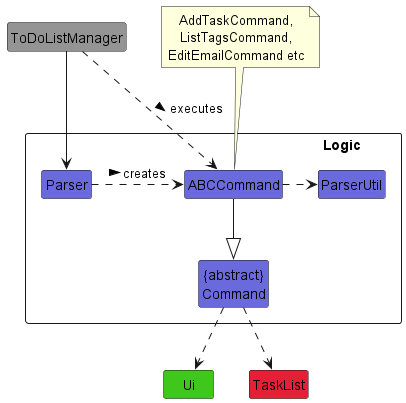
Earlier version of the PlantUML export docs/images/LogicClassDiagram.png (nus-cs2113-AY2223S2/tp). Its diagram source:
```plantuml
@startuml
!include Style.puml
hide members

package "\t\t\t\t\t\t\t\tLogic" <<Rectangle>>{
class Parser COLOR_LOGIC
class "{abstract}\nCommand" as Command COLOR_LOGIC
class ABCCommand COLOR_LOGIC
class ParserUtil COLOR_LOGIC
}
class ToDoListManager COLOR_MAIN
class Ui COLOR_UI
class TaskList COLOR_TASK_LIST

note top of ABCCommand: AddTaskCommand,\nListTagsCommand,\nEditEmailCommand etc

Parser .> ABCCommand : creates >
ABCCommand -d-|> Command
ABCCommand .> ParserUtil
Command .d.> TaskList
Command .d.> Ui
ToDoListManager -d-> Parser
ToDoListManager .> ABCCommand : executes >
@enduml
```
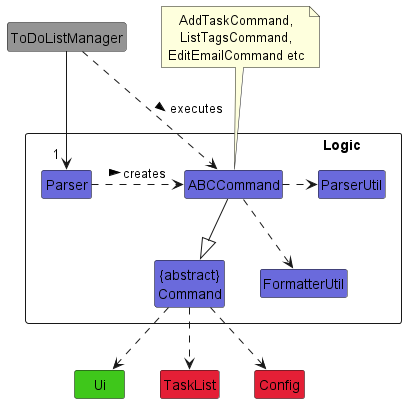
The same diagram one commit later.

Diff of the diagram source:
```diff
@@ -7,18 +7,22 @@
 class "{abstract}\nCommand" as Command COLOR_LOGIC
 class ABCCommand COLOR_LOGIC
 class ParserUtil COLOR_LOGIC
+class FormatterUtil COLOR_LOGIC
 }
 class ToDoListManager COLOR_MAIN
 class Ui COLOR_UI
 class TaskList COLOR_TASK_LIST
+class Config COLOR_TASK_LIST
 
 note top of ABCCommand: AddTaskCommand,\nListTagsCommand,\nEditEmailCommand etc
 
 Parser .> ABCCommand : creates >
 ABCCommand -d-|> Command
 ABCCommand .> ParserUtil
+ABCCommand ..> FormatterUtil
 Command .d.> TaskList
+Command .d.> Config
 Command .d.> Ui
-ToDoListManager -d-> Parser
+ToDoListManager -d-> "\t1" Parser
 ToDoListManager .> ABCCommand : executes >
 @enduml
```
